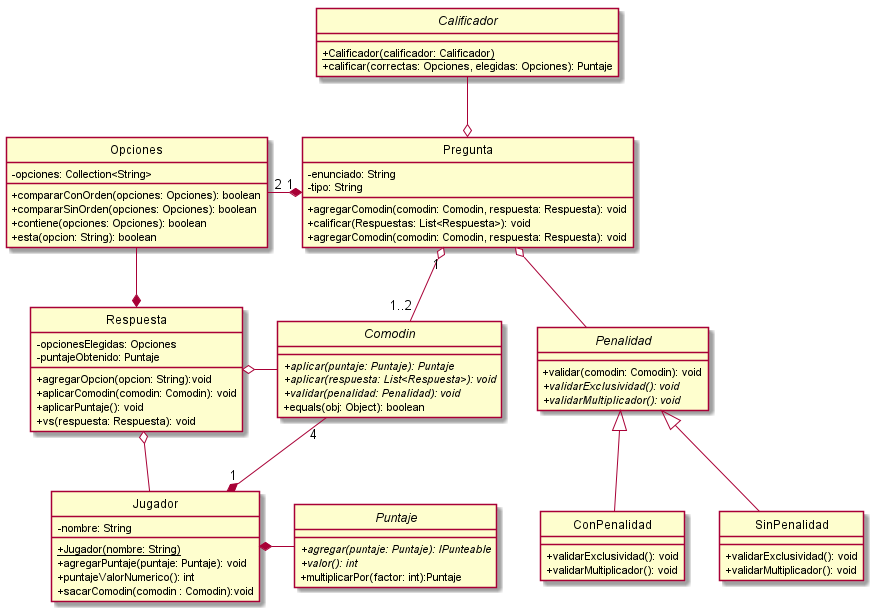
Above: src/main/java/edu/fiuba/algo3/Diagramas/png/DC/Modelo.png in Alex1161/TP2 (PlantUML), before the change.
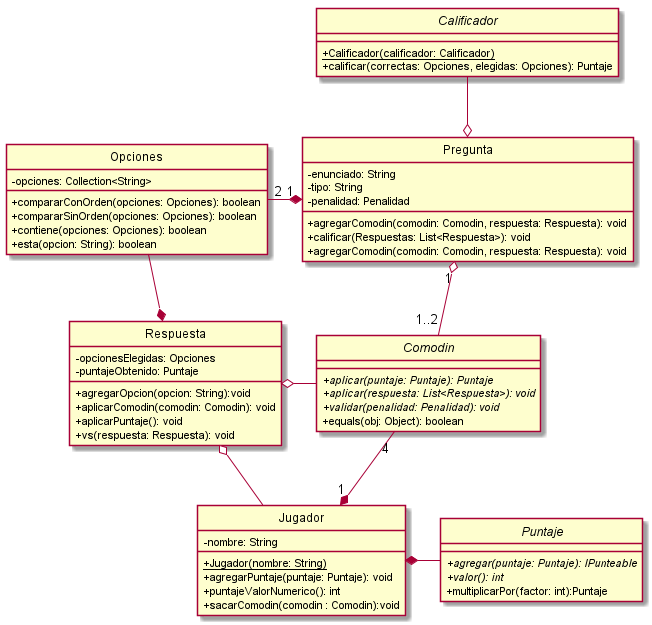
Later version of the same file.

Commit message:
Arreglando diagrama de Pregunta y Modelo

What changed in the source:
```diff
@@ -13,6 +13,7 @@
 Class Pregunta{
     -enunciado: String
     -tipo: String
+    -penalidad: Penalidad
     +agregarComodin(comodin: Comodin, respuesta: Respuesta): void
     +calificar(Respuestas: List<Respuesta>): void
     +agregarComodin(comodin: Comodin, respuesta: Respuesta): void
@@ -48,22 +49,6 @@
     +equals(obj: Object): boolean
 }
 
-
-Abstract Class Penalidad{
-    +validar(comodin: Comodin): void
-    +{abstract}validarExclusividad(): void
-    +{abstract}validarMultiplicador(): void
-}
-
-Class ConPenalidad{
-    +validarExclusividad(): void
-    +validarMultiplicador(): void
-}
-
-Class SinPenalidad{
-    +validarExclusividad(): void
-    +validarMultiplicador(): void
-}
 Abstract Calificador{
     +{static}Calificador(calificador: Calificador)
     +calificar(correctas: Opciones, elegidas: Opciones): Puntaje
@@ -74,13 +59,7 @@
 
 Pregunta "1" *-left- "2" Opciones
 Pregunta "1" o-- "1..2" Comodin
-Pregunta o-- Penalidad
 Pregunta o-up- Calificador
-
-
-
-ConPenalidad -up-|> Penalidad
-SinPenalidad -up-|> Penalidad
 
 Jugador *-right- Puntaje
 
```
